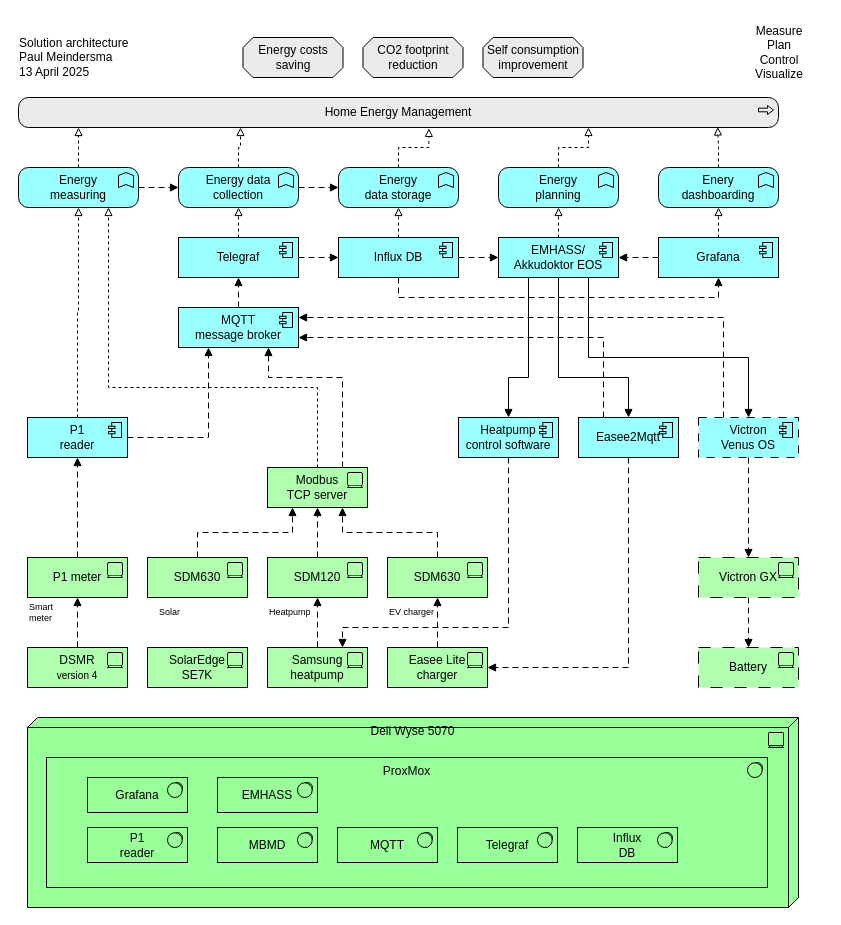
The draw.io diagram Solution architecture.drawio in pmeindersma/OptimizeSolar, before the edit. Source tidied: cells renumbered, new cells numbered last; positions are measured from the earlier drawing's top-left corner, leaving out a move shared by most shapes. Both pictures are drawn from the tidied source at 100%, with x=0, y=0 at pixel (17, 17).
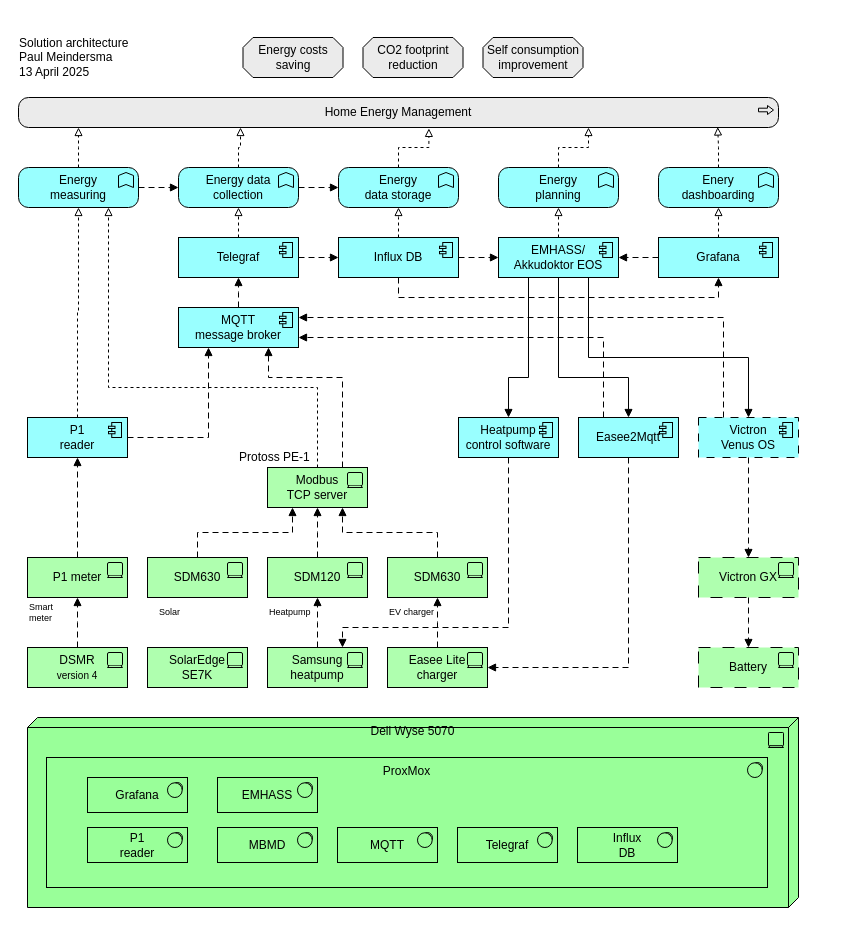
After the change.

Change to the diagram source:
```diff
@@
-    <mxCell id="81" value="Measure&lt;div&gt;Plan&lt;/div&gt;&lt;div&gt;Control&lt;/div&gt;&lt;div&gt;Visualize&lt;/div&gt;" style="text;html=1;align=center;verticalAlign=middle;whiteSpace=wrap;rounded=0;" parent="1" vertex="1">
-      <mxGeometry x="717" width="90" height="70" as="geometry" />
-    </mxCell>
+    <mxCell id="82" value="Protoss PE-1" style="text;html=1;align=left;verticalAlign=middle;whiteSpace=wrap;rounded=0;" parent="1" vertex="1">
+      <mxGeometry x="220" y="430" width="80" height="20" as="geometry" />
+    </mxCell>
```
